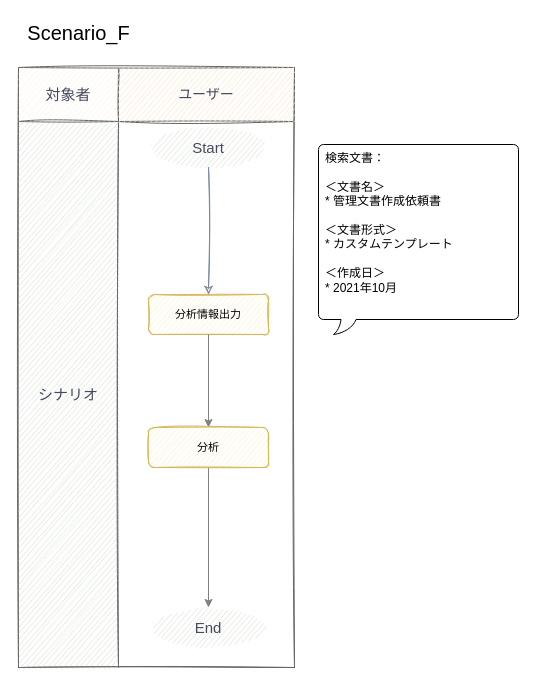
This is page "PDUAT_scnerioF" (6 of 6) of pdscenario(1).drawio from YuseiKawai/Otsuka, a draw.io file, before an edit. Source tidied: cells renumbered, new cells numbered last; positions are measured from the earlier drawing's top-left corner, leaving out a move shared by most shapes. Both pictures are drawn from the tidied source at 100%, with x=0, y=0 at pixel (18, 17).
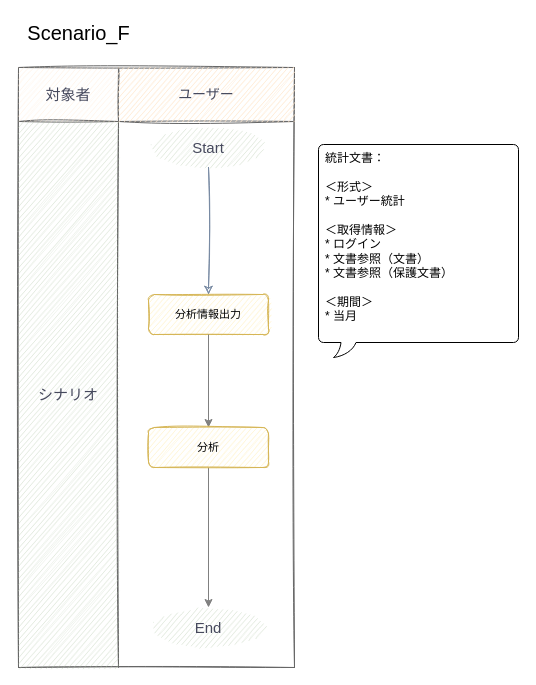
The same page after the edit.

The edit, as a diff of the source:
```diff
@@
 <mxGraphModel>
   <root>
     <mxCell id="0" />
     <mxCell id="1" parent="0" />
     <mxCell id="2" style="shape=table;html=1;whiteSpace=wrap;startSize=0;childLayout=tableLayout;fillColor=none;fontFamily=Montserrat;fontSize=15;strokeColor=#666666;fontColor=#46495D;sketch=1;" parent="1" vertex="1">
       <mxGeometry y="50" width="276" height="600" as="geometry" />
     </mxCell>
     <mxCell id="3" style="shape=partialRectangle;html=1;whiteSpace=wrap;fillColor=none;top=0;left=0;bottom=0;right=0;strokeColor=#788AA3;fontColor=#46495D;sketch=1;" parent="2" vertex="1">
       <mxGeometry width="276" height="54" as="geometry" />
     </mxCell>
     <mxCell id="4" value="対象者" style="shape=partialRectangle;html=1;whiteSpace=wrap;top=0;left=0;bottom=0;right=0;overflow=hidden;fontFamily=Montserrat;fillColor=#FFE6CC;opacity=40;strokeColor=#788AA3;fontColor=#46495D;labelBackgroundColor=none;labelBorderColor=none;fontStyle=0;fontSize=15;sketch=1;" parent="3" vertex="1">
       <mxGeometry width="100" height="54" as="geometry" />
     </mxCell>
     <mxCell id="5" value="&lt;div&gt;ユーザー&lt;/div&gt;" style="shape=partialRectangle;html=1;whiteSpace=wrap;fillColor=#FFE6CC;top=0;left=0;bottom=0;right=0;overflow=hidden;fontFamily=Montserrat;strokeColor=#788AA3;fontColor=#46495D;fontSize=14;sketch=1;" parent="3" vertex="1">
       <mxGeometry x="100" width="176" height="54" as="geometry" />
     </mxCell>
     <mxCell id="6" style="shape=partialRectangle;html=1;whiteSpace=wrap;fillColor=none;top=0;left=0;bottom=0;right=0;points=[[0,0.5],[1,0.5]];portConstraint=eastwest;strokeColor=#788AA3;fontColor=#46495D;sketch=1;" parent="2" vertex="1">
       <mxGeometry y="54" width="276" height="546" as="geometry" />
     </mxCell>
     <mxCell id="7" value="シナリオ" style="shape=partialRectangle;html=1;whiteSpace=wrap;top=0;left=0;bottom=0;right=0;overflow=hidden;fontFamily=Montserrat;fillColor=#B2C9AB;opacity=40;strokeColor=#788AA3;fontColor=#46495D;labelBackgroundColor=none;labelBorderColor=none;fontStyle=0;fontSize=15;sketch=1;" parent="6" vertex="1">
       <mxGeometry width="100" height="546" as="geometry" />
     </mxCell>
     <mxCell id="8" style="shape=partialRectangle;html=1;whiteSpace=wrap;fillColor=none;top=0;left=0;bottom=0;right=0;overflow=hidden;fontFamily=Montserrat;strokeColor=#788AA3;fontColor=#46495D;sketch=1;" parent="6" vertex="1">
       <mxGeometry x="100" width="176" height="546" as="geometry" />
     </mxCell>
     <mxCell id="9" style="edgeStyle=orthogonalEdgeStyle;rounded=1;sketch=1;jettySize=auto;html=1;exitX=0.5;exitY=1;exitDx=0;exitDy=0;entryX=0.5;entryY=0;entryDx=0;entryDy=0;strokeColor=#788AA3;fillColor=#B2C9AB;fontFamily=Montserrat;fontSize=12;fontColor=#46495D;" parent="1" edge="1" source="10" target="11">
       <mxGeometry relative="1" as="geometry" />
     </mxCell>
     <mxCell id="10" value="Start" style="ellipse;whiteSpace=wrap;html=1;fontFamily=Montserrat;fontSize=15;opacity=40;gradientDirection=east;strokeColor=none;fillColor=#B2C9AB;fontColor=#46495D;sketch=1;" parent="1" vertex="1">
       <mxGeometry x="130" y="110" width="120" height="40" as="geometry" />
     </mxCell>
     <mxCell id="11" value="分析情報出力" style="rounded=1;whiteSpace=wrap;html=1;labelBackgroundColor=none;sketch=1;strokeColor=#d6b656;fillColor=#fff2cc;fontSize=11;fontFamily=Noto Sans JP;" parent="1" vertex="1">
       <mxGeometry x="130" y="277" width="120" height="40" as="geometry" />
     </mxCell>
     <mxCell id="12" value="Scenario_F" style="text;html=1;align=center;verticalAlign=middle;fontSize=20;" parent="1" vertex="1">
       <mxGeometry width="120" height="30" as="geometry" />
     </mxCell>
     <mxCell id="13" style="endArrow=none;html=1;fontSize=12;strokeWidth=2;strokeColor=#B3B3B3;" parent="1" edge="1" target="6">
       <mxGeometry relative="1" as="geometry">
         <mxPoint y="250" as="sourcePoint" />
       </mxGeometry>
     </mxCell>
     <mxCell id="14" style="edgeStyle=orthogonalEdgeStyle;rounded=0;jettySize=auto;html=1;exitX=0.5;exitY=1;exitDx=0;exitDy=0;strokeColor=#808080;" parent="1" edge="1" source="11" target="18">
       <mxGeometry relative="1" as="geometry" />
     </mxCell>
     <mxCell id="15" value="End" style="ellipse;whiteSpace=wrap;html=1;fontFamily=Montserrat;fontSize=15;opacity=40;gradientDirection=east;strokeColor=none;fillColor=#B2C9AB;fontColor=#46495D;sketch=1;" parent="1" vertex="1">
       <mxGeometry x="130" y="590" width="120" height="40" as="geometry" />
     </mxCell>
-    <mxCell id="16" value="&lt;div&gt;検索文書：&lt;/div&gt;&lt;div&gt;&lt;br&gt;&lt;/div&gt;&lt;div&gt;＜文書名＞&lt;br&gt;&lt;/div&gt;&lt;div&gt;* 管理文書作成依頼書&lt;/div&gt;&lt;div&gt;&lt;br&gt;&lt;/div&gt;&lt;div&gt;＜文書形式＞&lt;br&gt;&lt;/div&gt;&lt;div&gt;* カスタムテンプレート&lt;/div&gt;&lt;div&gt;&lt;br&gt;&lt;/div&gt;&lt;div&gt;＜作成日＞&lt;/div&gt;&lt;div&gt;* 2021年10月&lt;/div&gt;&lt;div&gt;&lt;br&gt;&lt;/div&gt;&lt;div&gt;&lt;br&gt;&lt;/div&gt;" style="whiteSpace=wrap;html=1;shape=mxgraph.basic.roundRectCallout;dx=30;dy=15;size=5;boundedLbl=1;verticalAlign=top;align=left;spacingLeft=5;" parent="1" vertex="1">
-      <mxGeometry x="300" y="127" width="200" height="190" as="geometry" />
+    <mxCell id="16" value="&lt;div&gt;統計文書：&lt;/div&gt;&lt;div&gt;&lt;br&gt;&lt;/div&gt;&lt;div&gt;＜形式＞&lt;br&gt;&lt;/div&gt;&lt;div&gt;* ユーザー統計&lt;br&gt;&lt;/div&gt;&lt;div&gt;&lt;br&gt;&lt;/div&gt;&lt;div&gt;＜取得情報＞&lt;br&gt;&lt;/div&gt;&lt;div&gt;* ログイン&lt;/div&gt;&lt;div&gt;* 文書参照（文書）&lt;/div&gt;&lt;div&gt;* 文書参照（保護文書）&lt;/div&gt;&lt;div&gt;&lt;br&gt;&lt;/div&gt;&lt;div&gt;＜期間＞&lt;/div&gt;&lt;div&gt;* 当月&lt;br&gt;&lt;/div&gt;&lt;div&gt;&lt;br&gt;&lt;/div&gt;&lt;div&gt;&lt;br&gt;&lt;/div&gt;" style="whiteSpace=wrap;html=1;shape=mxgraph.basic.roundRectCallout;dx=30;dy=15;size=5;boundedLbl=1;verticalAlign=top;align=left;spacingLeft=5;" parent="1" vertex="1">
+      <mxGeometry x="300" y="127" width="200" height="213" as="geometry" />
     </mxCell>
     <mxCell id="17" style="edgeStyle=orthogonalEdgeStyle;rounded=0;jettySize=auto;html=1;exitX=0.5;exitY=1;exitDx=0;exitDy=0;strokeColor=#808080;" parent="1" edge="1" source="18" target="15">
       <mxGeometry relative="1" as="geometry" />
     </mxCell>
     <mxCell id="18" value="分析" style="rounded=1;whiteSpace=wrap;html=1;labelBackgroundColor=none;sketch=1;strokeColor=#d6b656;fillColor=#fff2cc;fontSize=11;fontFamily=Noto Sans JP;" parent="1" vertex="1">
       <mxGeometry x="130" y="410" width="120" height="40" as="geometry" />
     </mxCell>
     <mxCell id="19" parent="0" />
   </root>
 </mxGraphModel>
```
